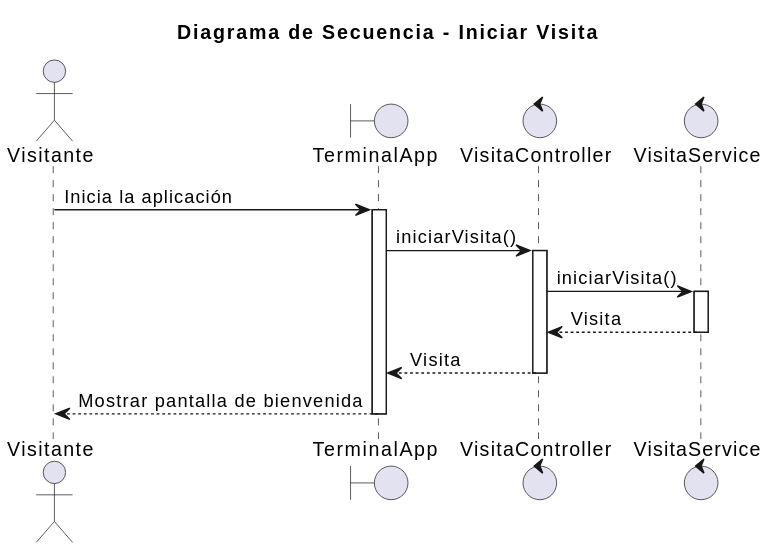
This is images/02-diseño/01-Visitante/iniciarVisita/iniciarVisita.svg from mmasias/25-26-idsw2-sdVC, a PlantUML export, as it was before one commit.
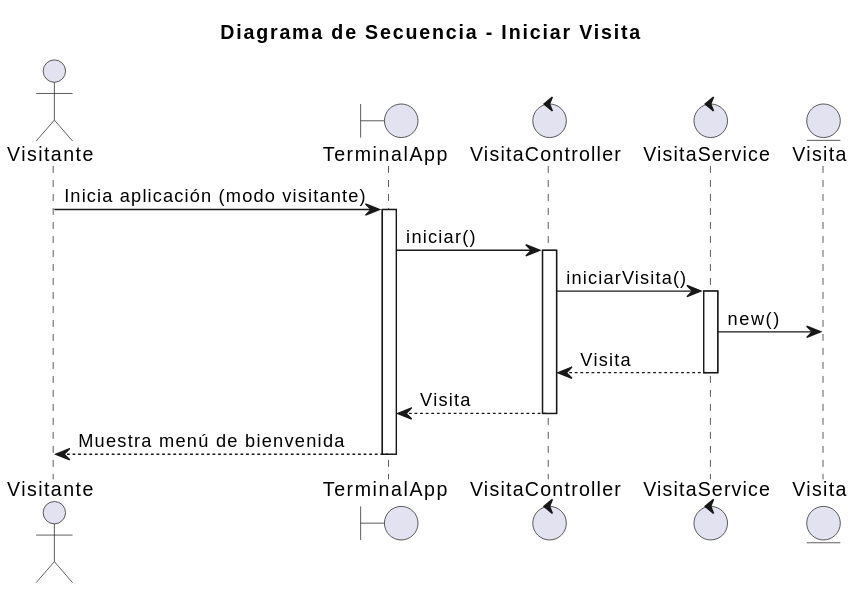
The same file after the commit.

What changed in the source:
```diff
@@ -2,20 +2,22 @@
 title "Diagrama de Secuencia - Iniciar Visita"
 
 actor "Visitante" as visitor
-boundary "TerminalApp" as view
+boundary "TerminalApp" as app
 control "VisitaController" as controller
 control "VisitaService" as service
+entity "Visita" as visit
 
-visitor -> view: Inicia la aplicación
-activate view
-view -> controller: iniciarVisita()
+visitor -> app: Inicia aplicación (modo visitante)
+activate app
+app -> controller: iniciar()
 activate controller
 controller -> service: iniciarVisita()
 activate service
+service -> visit: new()
 service --> controller: Visita
 deactivate service
-controller --> view: Visita
+controller --> app: Visita
 deactivate controller
-view --> visitor: Mostrar pantalla de bienvenida
-deactivate view
+app --> visitor: Muestra menú de bienvenida
+deactivate app
 @enduml
```
